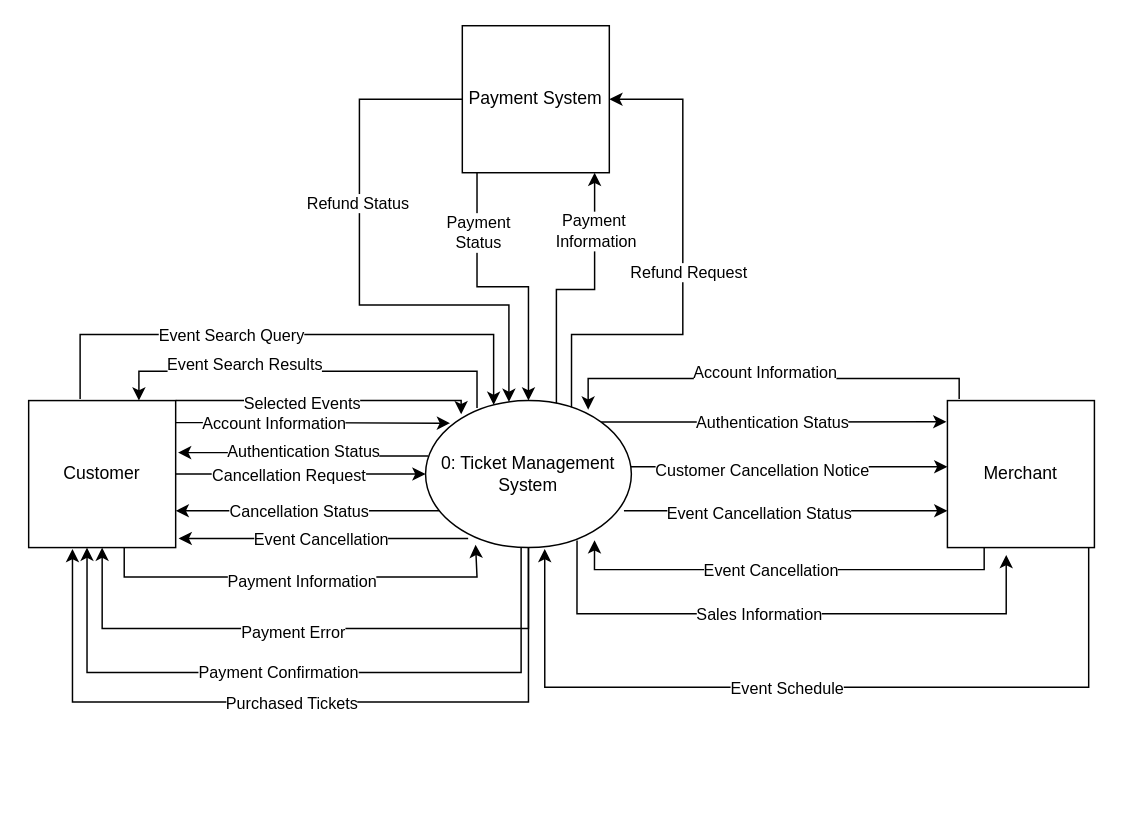
SteveWChang/UMGC-ITEC--630-Ticketing-System-Modeling-and-Analysis keeps this draw.io diagram as page "Context Diagram" (1 of 10) of ITEC 630 DFD Ticket Mangement System .drawio. Above is the earlier version. Source tidied: cells renumbered, new cells numbered last; positions are measured from the earlier drawing's top-left corner, leaving out a move shared by most shapes. Both pictures are drawn from the tidied source at 147%, with x=0, y=0 at pixel (28, 25).
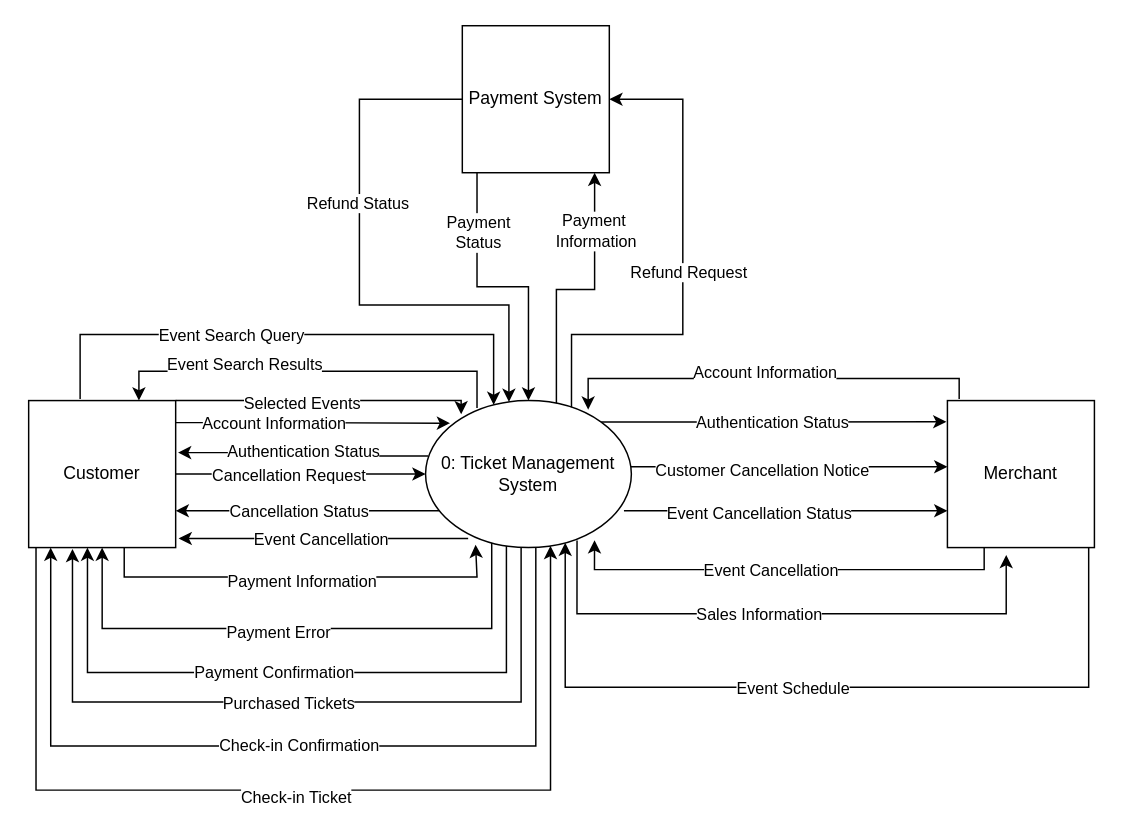
The same diagram, later.

Commit message (it also covers changes not shown here):
Ticket Verification Process

Added a ticket Verification and Check-in process to level 0 and level 1 diagram

Unchanged cells that the change refers to:
```xml
<mxCell id="10" value="&lt;div&gt;Customer&lt;/div&gt;" style="html=1;dashed=0;whiteSpace=wrap;" parent="1" vertex="1">
  <mxGeometry y="255" width="100" height="100" as="geometry" />
</mxCell>
<mxCell id="13" value="Merchant" style="html=1;dashed=0;whiteSpace=wrap;" parent="1" vertex="1">
  <mxGeometry x="625" y="255" width="100" height="100" as="geometry" />
</mxCell>
<mxCell id="31" value="0: Ticket Management System" style="shape=ellipse;html=1;dashed=0;whiteSpace=wrap;perimeter=ellipsePerimeter;" parent="1" vertex="1">
  <mxGeometry x="270" y="255" width="140" height="100" as="geometry" />
</mxCell>
```

What changed in the source:
```diff
@@
+    <mxCell id="52" style="edgeStyle=orthogonalEdgeStyle;rounded=0;jettySize=auto;html=1;" parent="1" edge="1" source="10" target="31">
+      <mxGeometry relative="1" as="geometry">
+        <Array as="points">
+          <mxPoint x="5" y="520" />
+          <mxPoint x="355" y="520" />
+        </Array>
+      </mxGeometry>
+    </mxCell>
+    <mxCell id="53" value="Check-in Ticket" style="edgeLabel;html=1;align=center;verticalAlign=middle;" parent="52" vertex="1">
+      <mxGeometry y="-4" relative="1" as="geometry" />
+    </mxCell>
@@
     <mxCell id="21" style="edgeStyle=orthogonalEdgeStyle;rounded=0;jettySize=auto;html=1;" parent="1" edge="1" source="31" target="10">
       <mxGeometry x="0.02" relative="1" as="geometry">
         <Array as="points">
-          <mxPoint x="335" y="440" />
-          <mxPoint x="39.7" y="440" />
+          <mxPoint x="325" y="440" />
+          <mxPoint x="40" y="440" />
         </Array>
       </mxGeometry>
     </mxCell>
@@
     <mxCell id="25" style="edgeStyle=orthogonalEdgeStyle;rounded=0;jettySize=auto;html=1;entryX=0.298;entryY=1.01;entryDx=0;entryDy=0;entryPerimeter=0;" parent="1" edge="1" source="31" target="10">
       <mxGeometry x="0.04" relative="1" as="geometry">
         <Array as="points">
-          <mxPoint x="340" y="460" />
-          <mxPoint x="29.8" y="460" />
+          <mxPoint x="335" y="460" />
+          <mxPoint x="30" y="460" />
         </Array>
       </mxGeometry>
     </mxCell>
@@
     <mxCell id="29" style="edgeStyle=orthogonalEdgeStyle;rounded=0;jettySize=auto;html=1;entryX=0.5;entryY=1;entryDx=0;entryDy=0;" parent="1" edge="1" source="31" target="10">
       <mxGeometry x="0.23" relative="1" as="geometry">
         <Array as="points">
-          <mxPoint x="340" y="410" />
+          <mxPoint x="315" y="410" />
           <mxPoint x="50" y="410" />
         </Array>
       </mxGeometry>
     </mxCell>
@@
+    <mxCell id="54" style="edgeStyle=orthogonalEdgeStyle;rounded=0;jettySize=auto;html=1;" parent="1" edge="1" source="31" target="10">
+      <mxGeometry relative="1" as="geometry">
+        <Array as="points">
+          <mxPoint x="345" y="490" />
+          <mxPoint x="15" y="490" />
+        </Array>
+      </mxGeometry>
+    </mxCell>
+    <mxCell id="55" value="Check-in Confirmation" style="edgeLabel;html=1;align=center;verticalAlign=middle;" parent="54" vertex="1">
+      <mxGeometry x="-0.01" y="-1" relative="1" as="geometry" />
+    </mxCell>
@@
-    <mxCell id="38" style="edgeStyle=orthogonalEdgeStyle;rounded=0;jettySize=auto;html=1;exitX=0.961;exitY=1.002;exitDx=0;exitDy=0;entryX=0.579;entryY=1.009;entryDx=0;entryDy=0;entryPerimeter=0;exitPerimeter=0;" parent="1" edge="1" source="13" target="31">
+    <mxCell id="38" style="edgeStyle=orthogonalEdgeStyle;rounded=0;jettySize=auto;html=1;exitX=0.961;exitY=1.002;exitDx=0;exitDy=0;exitPerimeter=0;" parent="1" edge="1" source="13" target="31">
       <mxGeometry x="0.03" relative="1" as="geometry">
         <Array as="points">
-          <mxPoint x="721.1" y="450" />
-          <mxPoint x="351.1" y="450" />
+          <mxPoint x="721" y="450" />
+          <mxPoint x="365" y="450" />
         </Array>
       </mxGeometry>
     </mxCell>
```
